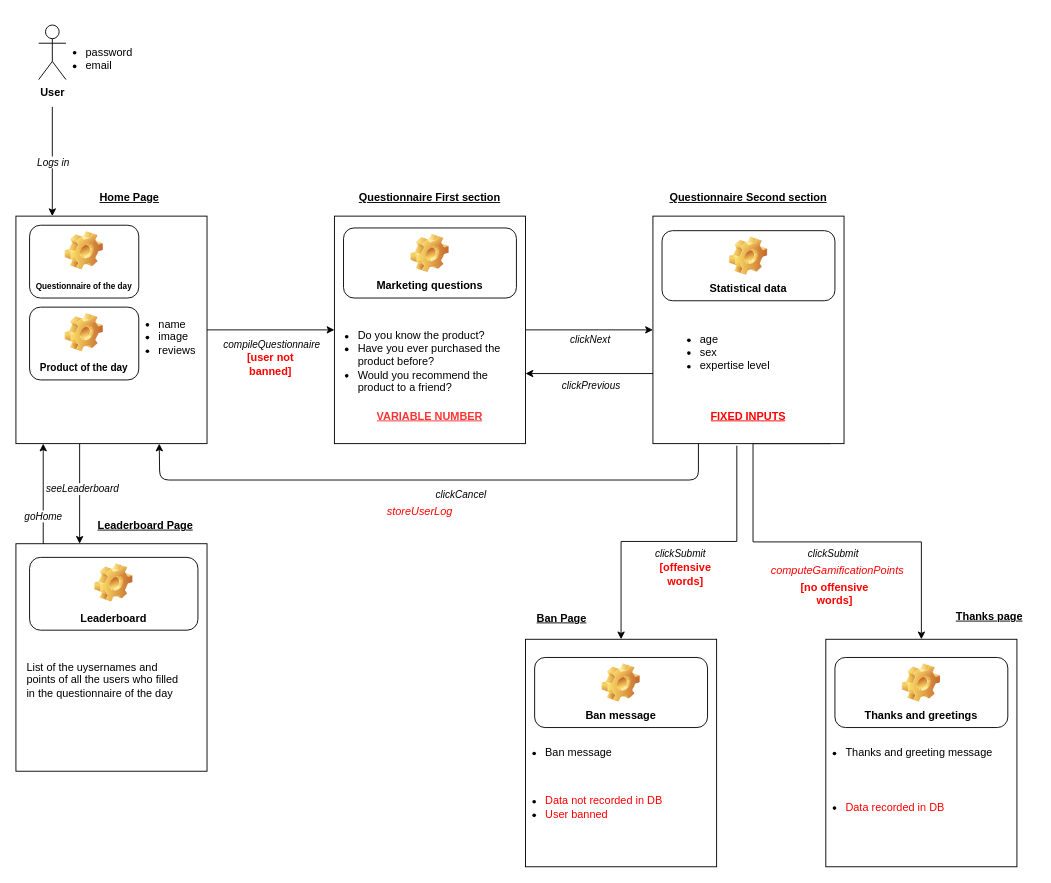
The draw.io diagram docs/graphs/drawio/User_design.drawio in giovanniciriello/GamifiedMarketing, before the edit. Source tidied: cells renumbered, new cells numbered last; positions are measured from the earlier drawing's top-left corner, leaving out a move shared by most shapes. Both pictures are drawn from the tidied source at 91%, with x=0, y=0 at pixel (15, 15).
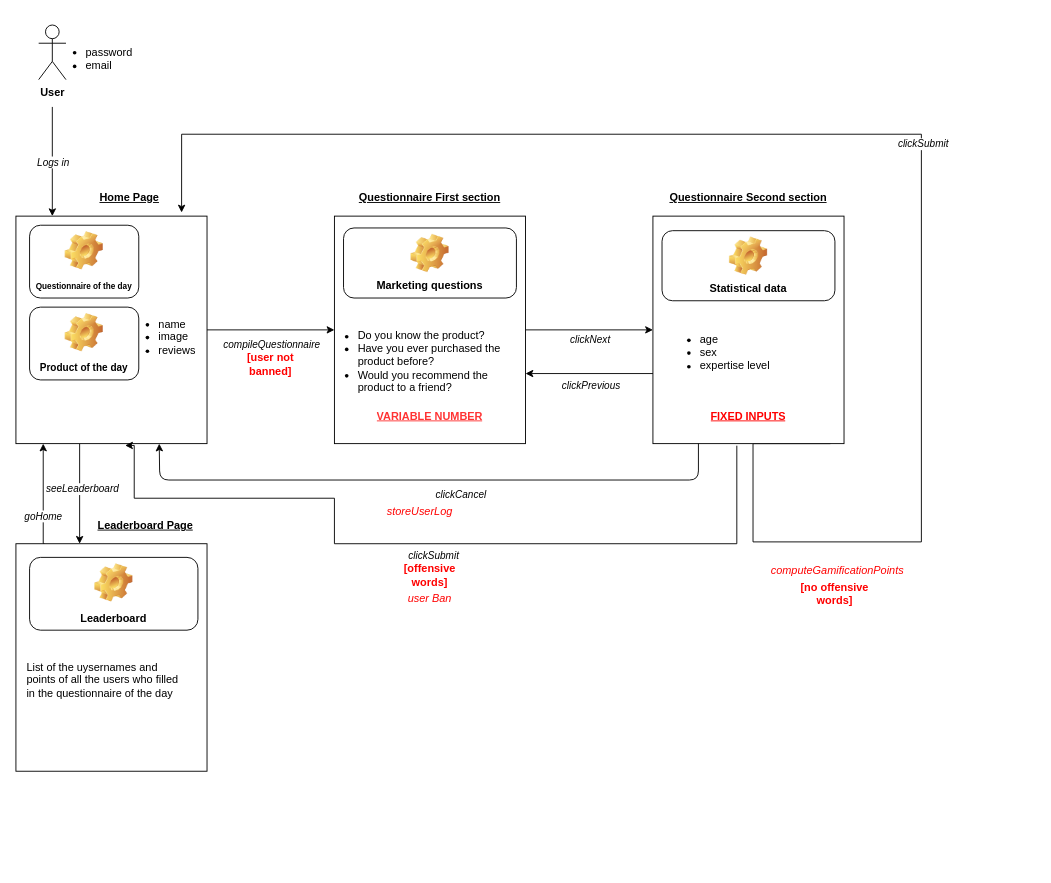
Above is the later version.

The change refers to these unchanged cells:
```xml
<mxCell id="10" style="rounded=0;whiteSpace=wrap;html=1;" parent="1" vertex="1">
  <mxGeometry y="220" width="210" height="250" as="geometry" />
</mxCell>
<mxCell id="23" style="rounded=0;whiteSpace=wrap;html=1;" parent="1" vertex="1">
  <mxGeometry x="700" y="220" width="210" height="250" as="geometry" />
</mxCell>
```

What changed in the source:
```diff
@@
-    <mxCell id="21" style="edgeStyle=orthogonalEdgeStyle;rounded=0;jettySize=auto;html=1;" parent="1" edge="1" target="31">
+    <mxCell id="21" style="edgeStyle=orthogonalEdgeStyle;rounded=0;jettySize=auto;html=1;entryX=0.867;entryY=-0.016;entryDx=0;entryDy=0;entryPerimeter=0;" parent="1" edge="1" target="10">
       <mxGeometry relative="1" as="geometry">
         <mxPoint x="895" y="470" as="sourcePoint" />
         <Array as="points">
           <mxPoint x="810" y="470" />
           <mxPoint x="810" y="578" />
           <mxPoint x="995" y="578" />
+          <mxPoint x="995" y="130" />
+          <mxPoint x="182" y="130" />
         </Array>
       </mxGeometry>
     </mxCell>
@@
-    <mxCell id="31" style="rounded=0;whiteSpace=wrap;html=1;" parent="1" vertex="1">
-      <mxGeometry x="890" y="685" width="210" height="250" as="geometry" />
-    </mxCell>
-    <mxCell id="32" value="Thanks and greetings" style="label;whiteSpace=wrap;html=1;align=center;verticalAlign=bottom;spacingLeft=0;spacingBottom=4;imageAlign=center;imageVerticalAlign=top;image=img/clipart/Gear_128x128.png;" parent="1" vertex="1">
-      <mxGeometry x="900" y="705" width="190" height="77" as="geometry" />
-    </mxCell>
-    <mxCell id="33" value="&lt;b&gt;&lt;u&gt;Thanks page&lt;/u&gt;&lt;br&gt;&lt;/b&gt;" style="text;html=1;strokeColor=none;fillColor=none;align=center;verticalAlign=middle;whiteSpace=wrap;rounded=0;" parent="1" vertex="1">
-      <mxGeometry x="1020" y="650" width="100" height="20" as="geometry" />
-    </mxCell>
-    <mxCell id="34" value="&lt;ul&gt;&lt;li&gt;Thanks and greeting message&lt;br&gt;&lt;/li&gt;&lt;/ul&gt;" style="text;strokeColor=none;fillColor=none;html=1;whiteSpace=wrap;verticalAlign=middle;overflow=hidden;" parent="1" vertex="1">
-      <mxGeometry x="870" y="770" width="210" height="80" as="geometry" />
-    </mxCell>
@@
-    <mxCell id="37" style="rounded=0;whiteSpace=wrap;html=1;" parent="1" vertex="1">
-      <mxGeometry x="560" y="685" width="210" height="250" as="geometry" />
-    </mxCell>
-    <mxCell id="38" value="Ban message" style="label;whiteSpace=wrap;html=1;align=center;verticalAlign=bottom;spacingLeft=0;spacingBottom=4;imageAlign=center;imageVerticalAlign=top;image=img/clipart/Gear_128x128.png;" parent="1" vertex="1">
-      <mxGeometry x="570" y="705" width="190" height="77" as="geometry" />
-    </mxCell>
-    <mxCell id="39" value="&lt;b&gt;&lt;u&gt;Ban Page&lt;br&gt;&lt;/u&gt;&lt;/b&gt;" style="text;html=1;strokeColor=none;fillColor=none;align=center;verticalAlign=middle;whiteSpace=wrap;rounded=0;" parent="1" vertex="1">
-      <mxGeometry x="550" y="652" width="100" height="20" as="geometry" />
-    </mxCell>
-    <mxCell id="40" value="&lt;ul&gt;&lt;li&gt;Ban message&lt;/li&gt;&lt;/ul&gt;" style="text;strokeColor=none;fillColor=none;html=1;whiteSpace=wrap;verticalAlign=middle;overflow=hidden;" parent="1" vertex="1">
-      <mxGeometry x="540" y="770" width="210" height="80" as="geometry" />
-    </mxCell>
-    <mxCell id="41" style="edgeStyle=orthogonalEdgeStyle;rounded=0;jettySize=auto;html=1;entryX=0.5;entryY=0;entryDx=0;entryDy=0;exitX=0.439;exitY=1.009;exitDx=0;exitDy=0;exitPerimeter=0;" parent="1" edge="1" source="23" target="37">
-      <mxGeometry relative="1" as="geometry" />
+    <mxCell id="41" style="edgeStyle=orthogonalEdgeStyle;rounded=0;jettySize=auto;html=1;exitX=0.439;exitY=1.009;exitDx=0;exitDy=0;exitPerimeter=0;" parent="1" edge="1" source="23">
+      <mxGeometry relative="1" as="geometry">
+        <mxPoint x="120" y="472" as="targetPoint" />
+        <Array as="points">
+          <mxPoint x="792" y="580" />
+          <mxPoint x="350" y="580" />
+          <mxPoint x="350" y="530" />
+          <mxPoint x="130" y="530" />
+          <mxPoint x="130" y="472" />
+        </Array>
+      </mxGeometry>
     </mxCell>
@@
     <mxCell id="44" value="&lt;font color=&quot;#FF0000&quot;&gt;&lt;b&gt;[offensive words]&lt;br&gt;&lt;/b&gt;&lt;/font&gt;" style="text;html=1;strokeColor=none;fillColor=none;align=center;verticalAlign=middle;whiteSpace=wrap;rounded=0;" parent="1" vertex="1">
-      <mxGeometry x="696" y="604" width="80" height="20" as="geometry" />
+      <mxGeometry x="415" y="605" width="80" height="20" as="geometry" />
     </mxCell>
-    <mxCell id="45" value="&lt;ul&gt;&lt;li&gt;&lt;font color=&quot;#FF0000&quot;&gt;Data recorded in DB&lt;/font&gt;&lt;/li&gt;&lt;/ul&gt;" style="text;strokeColor=none;fillColor=none;html=1;whiteSpace=wrap;verticalAlign=middle;overflow=hidden;" parent="1" vertex="1">
-      <mxGeometry x="870" y="830" width="210" height="80" as="geometry" />
-    </mxCell>
-    <mxCell id="46" value="&lt;ul&gt;&lt;li&gt;&lt;font color=&quot;#FF0000&quot;&gt;Data not recorded in DB&lt;/font&gt;&lt;/li&gt;&lt;li&gt;&lt;font color=&quot;#FF0000&quot;&gt;User banned&lt;br&gt;&lt;/font&gt;&lt;/li&gt;&lt;/ul&gt;" style="text;strokeColor=none;fillColor=none;html=1;whiteSpace=wrap;verticalAlign=middle;overflow=hidden;" parent="1" vertex="1">
-      <mxGeometry x="540" y="830" width="210" height="80" as="geometry" />
-    </mxCell>
@@
+    <mxCell id="55" value="&lt;font color=&quot;#FF0000&quot;&gt;&lt;i&gt;user Ban&lt;br&gt;&lt;/i&gt;&lt;/font&gt;" style="text;html=1;strokeColor=none;fillColor=none;align=center;verticalAlign=middle;whiteSpace=wrap;rounded=0;" parent="1" vertex="1">
+      <mxGeometry x="415" y="630" width="80" height="20" as="geometry" />
+    </mxCell>
```
